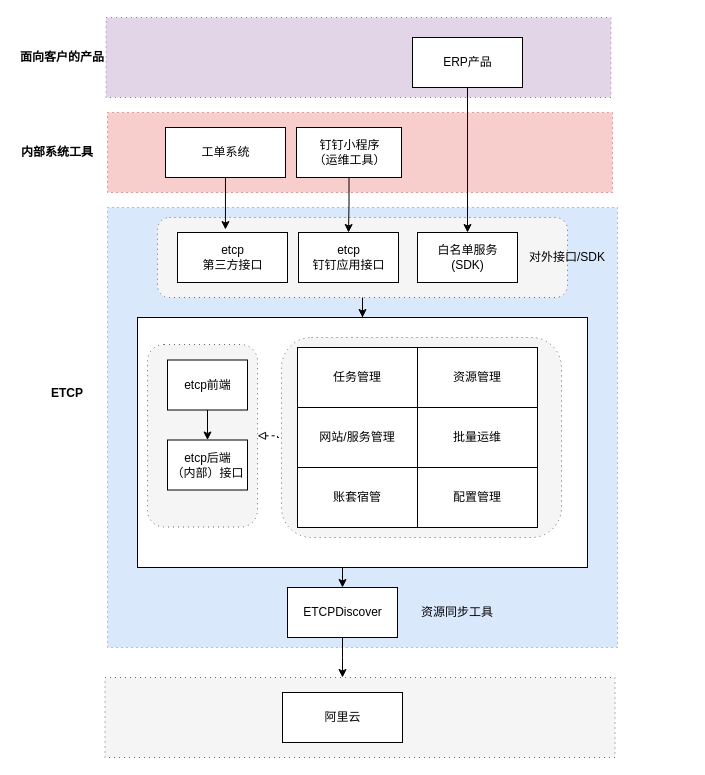
The draw.io diagram page "ETCP" (1 of 6) of devops.drawio in mashifei/uml, before the edit. Source tidied: cells renumbered, new cells numbered last; positions are measured from the earlier drawing's top-left corner, leaving out a move shared by most shapes. Both pictures are drawn from the tidied source at 100%, with x=0, y=0 at pixel (17, 17).
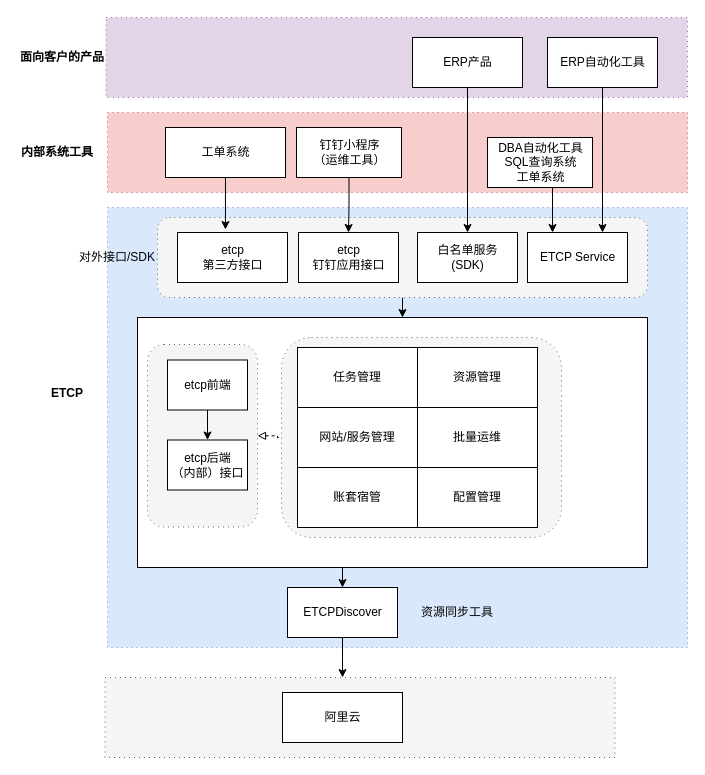
After the change.

Diff of the diagram source:
```diff
@@
     <mxCell id="2" style="shape=ext;rounded=0;html=1;whiteSpace=wrap;dashed=1;dashPattern=1 4;fillColor=#e1d5e7;strokeColor=#9673a6;shadow=0;glass=0;comic=0;" parent="1" vertex="1">
-      <mxGeometry x="88.5" width="505" height="80" as="geometry" />
+      <mxGeometry x="88.5" width="581.5" height="80" as="geometry" />
     </mxCell>
     <mxCell id="3" style="shape=ext;rounded=0;html=1;whiteSpace=wrap;dashed=1;dashPattern=1 4;fillColor=#f8cecc;strokeColor=#b85450;shadow=0;glass=0;comic=0;" parent="1" vertex="1">
-      <mxGeometry x="90" y="95" width="505" height="80" as="geometry" />
+      <mxGeometry x="90" y="95" width="580" height="80" as="geometry" />
     </mxCell>
     <mxCell id="4" style="shape=ext;rounded=0;html=1;whiteSpace=wrap;dashed=1;dashPattern=1 4;fillColor=#dae8fc;strokeColor=#6c8ebf;comic=0;shadow=0;" parent="1" vertex="1">
-      <mxGeometry x="90" y="190" width="510" height="440" as="geometry" />
+      <mxGeometry x="90" y="190" width="580" height="440" as="geometry" />
     </mxCell>
     <mxCell id="5" style="html=1;" parent="1" vertex="1">
-      <mxGeometry x="120" y="300" width="450" height="250" as="geometry" />
+      <mxGeometry x="120" y="300" width="510" height="250" as="geometry" />
     </mxCell>
@@
-    <mxCell id="28" style="edgeStyle=orthogonalEdgeStyle;rounded=0;jettySize=auto;html=1;entryX=0.5;entryY=0;entryDx=0;entryDy=0;startArrow=none;startFill=0;endArrow=classic;endFill=1;" parent="1" edge="1" source="29" target="5">
-      <mxGeometry relative="1" as="geometry" />
+    <mxCell id="28" style="edgeStyle=orthogonalEdgeStyle;rounded=0;jettySize=auto;html=1;startArrow=none;startFill=0;endArrow=classic;endFill=1;" parent="1" edge="1" source="29">
+      <mxGeometry relative="1" as="geometry">
+        <mxPoint x="385" y="300" as="targetPoint" />
+      </mxGeometry>
     </mxCell>
     <mxCell id="29" style="shape=ext;rounded=1;html=1;whiteSpace=wrap;dashed=1;dashPattern=1 4;fillColor=#f5f5f5;strokeColor=#666666;fontColor=#333333;" parent="1" vertex="1">
-      <mxGeometry x="140" y="200" width="410" height="80" as="geometry" />
+      <mxGeometry x="140" y="200" width="490" height="80" as="geometry" />
     </mxCell>
@@
     <mxCell id="37" value="对外接口/SDK" style="text;html=1;strokeColor=none;fillColor=none;align=center;verticalAlign=middle;whiteSpace=wrap;rounded=0;" parent="1" vertex="1">
-      <mxGeometry x="510" y="230" width="80" height="20" as="geometry" />
+      <mxGeometry x="60" y="230" width="80" height="20" as="geometry" />
     </mxCell>
@@
+    <mxCell id="39" value="ETCP Service" style="html=1;" parent="1" vertex="1">
+      <mxGeometry x="510" y="215" width="100" height="50" as="geometry" />
+    </mxCell>
+    <mxCell id="40" style="edgeStyle=orthogonalEdgeStyle;rounded=0;jettySize=auto;html=1;entryX=0.25;entryY=0;entryDx=0;entryDy=0;exitX=0.438;exitY=0.98;exitDx=0;exitDy=0;exitPerimeter=0;" parent="1" edge="1" source="42" target="39">
+      <mxGeometry relative="1" as="geometry">
+        <Array as="points">
+          <mxPoint x="535" y="169" />
+        </Array>
+      </mxGeometry>
+    </mxCell>
+    <mxCell id="41" style="edgeStyle=orthogonalEdgeStyle;rounded=0;jettySize=auto;html=1;exitX=0.5;exitY=1;exitDx=0;exitDy=0;entryX=0.75;entryY=0;entryDx=0;entryDy=0;" parent="1" edge="1" source="43" target="39">
+      <mxGeometry relative="1" as="geometry" />
+    </mxCell>
+    <mxCell id="42" value="DBA自动化工具&lt;br&gt;SQL查询系统&lt;br&gt;工单系统" style="html=1;" parent="1" vertex="1">
+      <mxGeometry x="470" y="120" width="105" height="50" as="geometry" />
+    </mxCell>
+    <mxCell id="43" value="ERP自动化工具" style="html=1;" parent="1" vertex="1">
+      <mxGeometry x="530" y="20" width="110" height="50" as="geometry" />
+    </mxCell>
```
